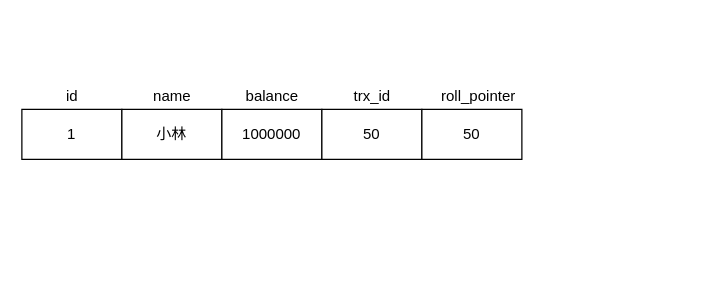
xiaolincoder/ImageHost4 keeps this draw.io diagram as mysql/事务隔离/隐藏列.drawio. Above is the earlier version. Source tidied: cells renumbered, new cells numbered last; positions are measured from the earlier drawing's top-left corner, leaving out a move shared by most shapes. Both pictures are drawn from the tidied source at 125%, with x=0, y=0 at pixel (21, 84).
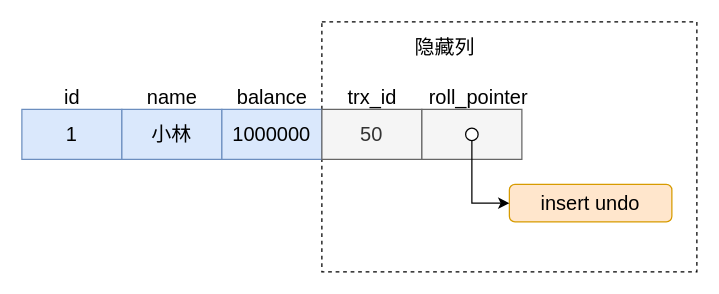
The same diagram, later.

Commit message (it also covers changes not shown here):
更新隐藏列.drawio

The edit, as a diff of the source:
```diff
@@
 <mxGraphModel>
   <root>
     <mxCell id="0" />
     <mxCell id="1" parent="0" />
+    <mxCell id="12" style="rounded=0;whiteSpace=wrap;html=1;fontSize=16;dashed=1;" parent="1" vertex="1">
+      <mxGeometry x="240" y="-50" width="300" height="200" as="geometry" />
+    </mxCell>
-    <mxCell id="2" value="1" style="rounded=0;whiteSpace=wrap;html=1;" parent="1" vertex="1">
+    <mxCell id="2" value="1" style="rounded=0;whiteSpace=wrap;html=1;fontSize=16;fillColor=#dae8fc;strokeColor=#6c8ebf;" parent="1" vertex="1">
       <mxGeometry y="20" width="80" height="40" as="geometry" />
     </mxCell>
-    <mxCell id="3" value="小林" style="rounded=0;whiteSpace=wrap;html=1;" parent="1" vertex="1">
+    <mxCell id="3" value="小林" style="rounded=0;whiteSpace=wrap;html=1;fontSize=16;fillColor=#dae8fc;strokeColor=#6c8ebf;" parent="1" vertex="1">
       <mxGeometry x="80" y="20" width="80" height="40" as="geometry" />
     </mxCell>
-    <mxCell id="4" value="1000000" style="rounded=0;whiteSpace=wrap;html=1;" parent="1" vertex="1">
+    <mxCell id="4" value="1000000" style="rounded=0;whiteSpace=wrap;html=1;fontSize=16;fillColor=#dae8fc;strokeColor=#6c8ebf;" parent="1" vertex="1">
       <mxGeometry x="160" y="20" width="80" height="40" as="geometry" />
     </mxCell>
-    <mxCell id="5" value="50" style="rounded=0;whiteSpace=wrap;html=1;" parent="1" vertex="1">
+    <mxCell id="5" value="50" style="rounded=0;whiteSpace=wrap;html=1;fontSize=16;fillColor=#f5f5f5;strokeColor=#666666;fontColor=#333333;" parent="1" vertex="1">
       <mxGeometry x="240" y="20" width="80" height="40" as="geometry" />
     </mxCell>
-    <mxCell id="6" value="50" style="rounded=0;whiteSpace=wrap;html=1;" parent="1" vertex="1">
+    <mxCell id="6" style="rounded=0;whiteSpace=wrap;html=1;fontSize=16;fillColor=#f5f5f5;strokeColor=#666666;fontColor=#333333;" parent="1" vertex="1">
       <mxGeometry x="320" y="20" width="80" height="40" as="geometry" />
     </mxCell>
-    <mxCell id="7" value="id" style="text;html=1;align=center;verticalAlign=middle;strokeColor=none;" parent="1" vertex="1">
-      <mxGeometry x="30" width="20" height="20" as="geometry" />
+    <mxCell id="7" value="id" style="text;html=1;align=center;verticalAlign=middle;strokeColor=none;fontSize=16;" parent="1" vertex="1">
+      <mxGeometry x="25" width="30" height="20" as="geometry" />
     </mxCell>
-    <mxCell id="8" value="name" style="text;html=1;align=center;verticalAlign=middle;strokeColor=none;" parent="1" vertex="1">
-      <mxGeometry x="95" width="50" height="20" as="geometry" />
+    <mxCell id="8" value="name" style="text;html=1;align=center;verticalAlign=middle;strokeColor=none;fontSize=16;" parent="1" vertex="1">
+      <mxGeometry x="90" width="60" height="20" as="geometry" />
     </mxCell>
-    <mxCell id="9" value="balance" style="text;html=1;align=center;verticalAlign=middle;strokeColor=none;" parent="1" vertex="1">
-      <mxGeometry x="170" width="60" height="20" as="geometry" />
+    <mxCell id="9" value="balance" style="text;html=1;align=center;verticalAlign=middle;strokeColor=none;fontSize=16;" parent="1" vertex="1">
+      <mxGeometry x="165" width="70" height="20" as="geometry" />
     </mxCell>
-    <mxCell id="10" value="trx_id" style="text;html=1;align=center;verticalAlign=middle;strokeColor=none;" parent="1" vertex="1">
-      <mxGeometry x="260" width="40" height="20" as="geometry" />
+    <mxCell id="10" value="trx_id" style="text;html=1;align=center;verticalAlign=middle;strokeColor=none;fontSize=16;" parent="1" vertex="1">
+      <mxGeometry x="255" width="50" height="20" as="geometry" />
     </mxCell>
-    <mxCell id="11" value="roll_pointer" style="text;html=1;align=center;verticalAlign=middle;strokeColor=none;" parent="1" vertex="1">
-      <mxGeometry x="330" width="70" height="20" as="geometry" />
+    <mxCell id="11" value="roll_pointer" style="text;html=1;align=center;verticalAlign=middle;strokeColor=none;fontSize=16;" parent="1" vertex="1">
+      <mxGeometry x="320" width="90" height="20" as="geometry" />
     </mxCell>
+    <mxCell id="13" value="隐藏列" style="text;html=1;align=center;verticalAlign=middle;strokeColor=none;fontSize=16;" parent="1" vertex="1">
+      <mxGeometry x="307.5" y="-40" width="60" height="20" as="geometry" />
+    </mxCell>
+    <mxCell id="14" value="insert undo" style="rounded=1;whiteSpace=wrap;html=1;fontSize=16;fillColor=#ffe6cc;strokeColor=#d79b00;" parent="1" vertex="1">
+      <mxGeometry x="390" y="80" width="130" height="30" as="geometry" />
+    </mxCell>
+    <mxCell id="15" style="ellipse;whiteSpace=wrap;html=1;fontSize=16;" parent="1" vertex="1">
+      <mxGeometry x="355" y="35" width="10" height="10" as="geometry" />
+    </mxCell>
+    <mxCell id="16" style="edgeStyle=orthogonalEdgeStyle;rounded=0;jettySize=auto;html=1;entryX=0;entryY=0.5;entryDx=0;entryDy=0;fontSize=16;exitX=0.5;exitY=1;exitDx=0;exitDy=0;" parent="1" edge="1" source="15" target="14">
+      <mxGeometry relative="1" as="geometry" />
+    </mxCell>
   </root>
 </mxGraphModel>
```
